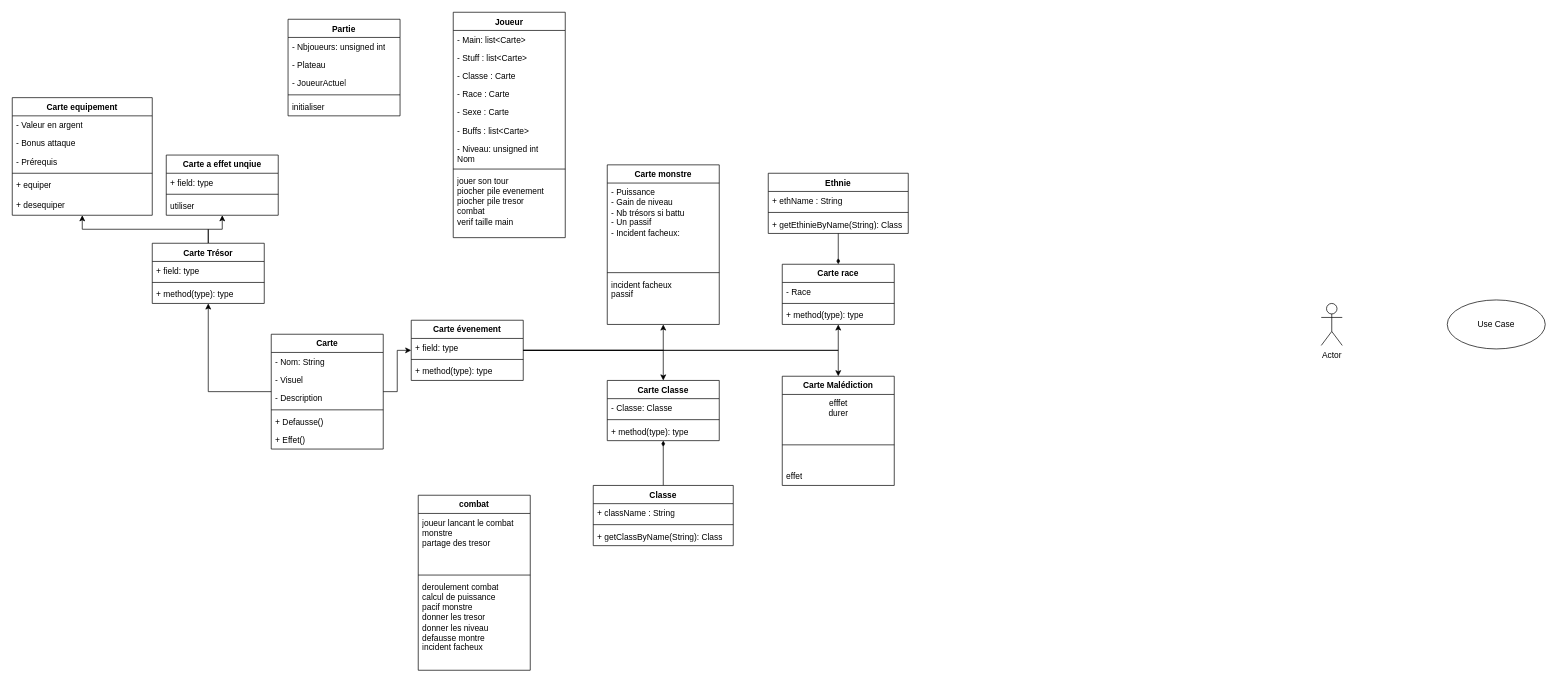
This is Diagramme classe.drawio from hugoallaine/AP4B_Project, a draw.io file, before an edit. Source tidied: cells renumbered, new cells numbered last; positions are measured from the earlier drawing's top-left corner, leaving out a move shared by most shapes. Both pictures are drawn from the tidied source at 70%, with x=0, y=0 at pixel (12, 12).
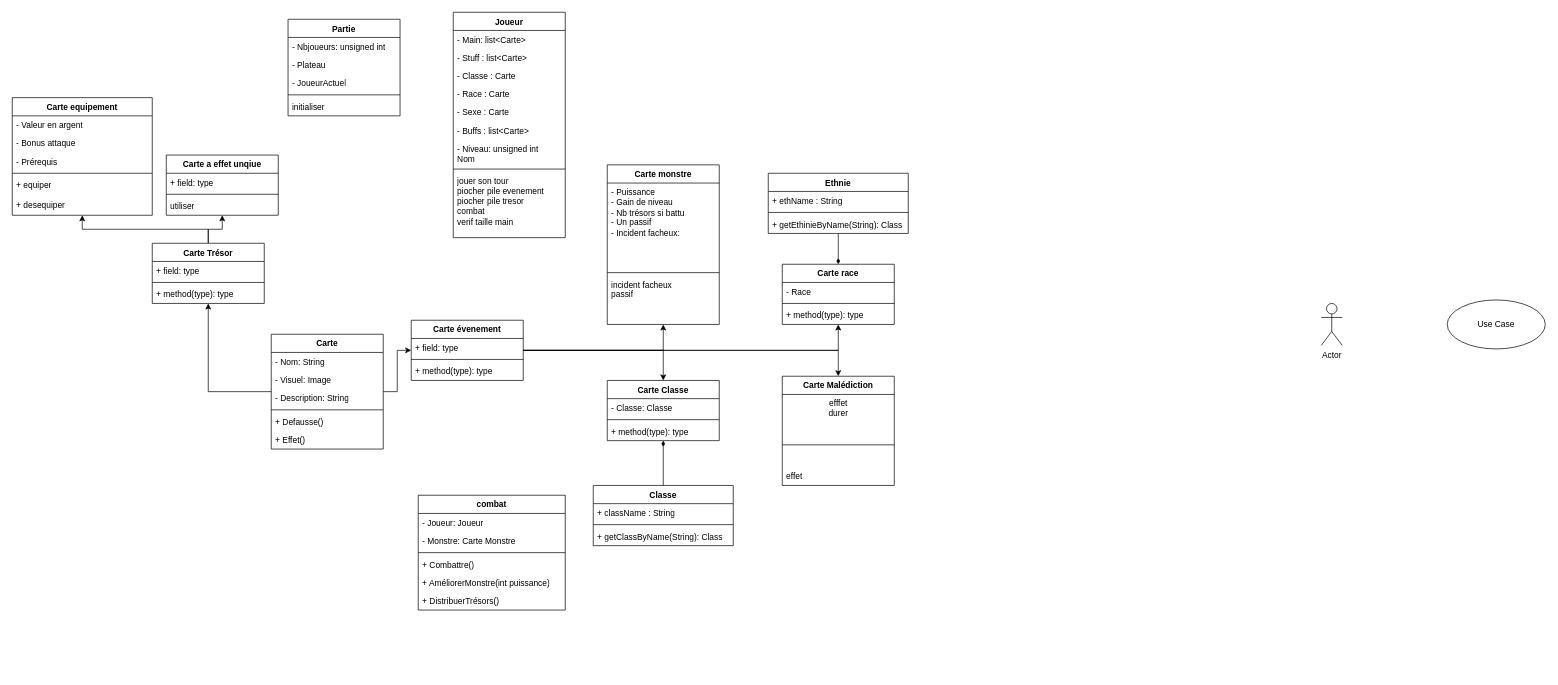
Above is the later version.

The change refers to these unchanged cells:
```xml
<mxCell id="20" value="Carte" style="swimlane;fontStyle=1;align=center;verticalAlign=top;horizontal=1;startSize=26;whiteSpace=wrap;html=1;" parent="1" vertex="1">
  <mxGeometry x="370" y="460" width="160" height="164" as="geometry" />
</mxCell>
```

The edit, as a diff of the source:
```diff
@@
-    <mxCell id="22" value="- Visuel" style="text;strokeColor=none;fillColor=none;align=left;verticalAlign=top;spacingLeft=4;spacingRight=4;overflow=hidden;whiteSpace=wrap;html=1;" parent="20" vertex="1">
+    <mxCell id="22" value="- Visuel: Image" style="text;strokeColor=none;fillColor=none;align=left;verticalAlign=top;spacingLeft=4;spacingRight=4;overflow=hidden;whiteSpace=wrap;html=1;" parent="20" vertex="1">
       <mxGeometry y="52" width="160" height="26" as="geometry" />
     </mxCell>
-    <mxCell id="23" value="- Description" style="text;strokeColor=none;fillColor=none;align=left;verticalAlign=top;spacingLeft=4;spacingRight=4;overflow=hidden;whiteSpace=wrap;html=1;" parent="20" vertex="1">
+    <mxCell id="23" value="- Description: String" style="text;strokeColor=none;fillColor=none;align=left;verticalAlign=top;spacingLeft=4;spacingRight=4;overflow=hidden;whiteSpace=wrap;html=1;" parent="20" vertex="1">
       <mxGeometry y="78" width="160" height="26" as="geometry" />
     </mxCell>
@@
     <mxCell id="68" value="combat" style="swimlane;fontStyle=1;align=center;verticalAlign=top;horizontal=1;startSize=26;whiteSpace=wrap;html=1;" parent="1" vertex="1">
-      <mxGeometry x="580" y="690" width="160" height="250" as="geometry" />
+      <mxGeometry x="580" y="690" width="210" height="164" as="geometry" />
     </mxCell>
-    <mxCell id="69" value="&lt;div&gt;joueur lancant le combat&lt;br&gt;&lt;/div&gt;&lt;div&gt;monstre&lt;/div&gt;&lt;div&gt;partage des tresor&lt;br&gt;&lt;/div&gt;" style="text;strokeColor=none;fillColor=none;align=left;verticalAlign=top;spacingLeft=4;spacingRight=4;overflow=hidden;whiteSpace=wrap;html=1;" parent="68" vertex="1">
-      <mxGeometry y="26" width="160" height="84" as="geometry" />
-    </mxCell>
+    <mxCell id="84" value="- Joueur: Joueur" style="text;strokeColor=none;fillColor=none;align=left;verticalAlign=top;spacingLeft=4;spacingRight=4;overflow=hidden;whiteSpace=wrap;html=1;" parent="68" vertex="1">
+      <mxGeometry y="26" width="210" height="26" as="geometry" />
+    </mxCell>
+    <mxCell id="85" value="- Monstre: Carte Monstre" style="text;strokeColor=none;fillColor=none;align=left;verticalAlign=top;spacingLeft=4;spacingRight=4;overflow=hidden;whiteSpace=wrap;html=1;" parent="68" vertex="1">
+      <mxGeometry y="52" width="210" height="26" as="geometry" />
+    </mxCell>
     <mxCell id="70" style="line;strokeWidth=1;fillColor=none;align=left;verticalAlign=middle;spacingTop=-1;spacingLeft=3;spacingRight=3;labelPosition=right;strokeColor=inherit;" parent="68" vertex="1">
-      <mxGeometry y="110" width="160" height="8" as="geometry" />
+      <mxGeometry y="78" width="210" height="8" as="geometry" />
     </mxCell>
-    <mxCell id="71" value="&lt;div&gt;deroulement combat&lt;br&gt;&lt;/div&gt;&lt;div&gt;calcul de puissance&lt;br&gt;&lt;/div&gt;&lt;div&gt;pacif monstre&lt;br&gt;&lt;/div&gt;&lt;div&gt;donner les tresor&lt;/div&gt;&lt;div&gt;donner les niveau&lt;/div&gt;&lt;div&gt;defausse montre&lt;/div&gt;&lt;div&gt;incident facheux&lt;br&gt;&lt;/div&gt;" style="text;strokeColor=none;fillColor=none;align=left;verticalAlign=top;spacingLeft=4;spacingRight=4;overflow=hidden;whiteSpace=wrap;html=1;" parent="68" vertex="1">
-      <mxGeometry y="118" width="160" height="132" as="geometry" />
-    </mxCell>
+    <mxCell id="86" value="+ Combattre()" style="text;strokeColor=none;fillColor=none;align=left;verticalAlign=top;spacingLeft=4;spacingRight=4;overflow=hidden;whiteSpace=wrap;html=1;" parent="68" vertex="1">
+      <mxGeometry y="86" width="210" height="26" as="geometry" />
+    </mxCell>
+    <mxCell id="87" value="+ AméliorerMonstre(int puissance)" style="text;strokeColor=none;fillColor=none;align=left;verticalAlign=top;spacingLeft=4;spacingRight=4;overflow=hidden;whiteSpace=wrap;html=1;" parent="68" vertex="1">
+      <mxGeometry y="112" width="210" height="26" as="geometry" />
+    </mxCell>
+    <mxCell id="88" value="+ DistribuerTrésors()" style="text;strokeColor=none;fillColor=none;align=left;verticalAlign=top;spacingLeft=4;spacingRight=4;overflow=hidden;whiteSpace=wrap;html=1;" parent="68" vertex="1">
+      <mxGeometry y="138" width="210" height="26" as="geometry" />
+    </mxCell>
```
